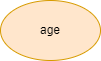
The draw.io diagram materials/Decision Tree/figures/act3_it1.drawio.png in JhunBrian/DS-312, before a commit. Source tidied: cells renumbered, new cells last; positions are measured from the earlier drawing's top-left corner, leaving out a move shared by most shapes. Source of this version:
```xml
<mxGraphModel>
  <root>
    <mxCell id="0" />
    <mxCell id="1" parent="0" />
    <mxCell id="2" value="age" style="ellipse;whiteSpace=wrap;html=1;fillColor=#ffe6cc;strokeColor=#d79b00;" parent="1" vertex="1">
      <mxGeometry width="100" height="60" as="geometry" />
    </mxCell>
  </root>
</mxGraphModel>
```
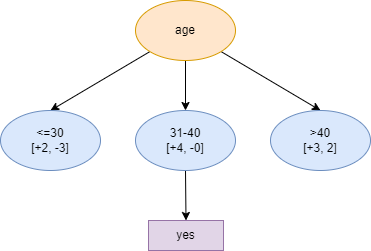
Later version of the same file.

Diff of the diagram source:
```diff
@@ -2,8 +2,32 @@
   <root>
     <mxCell id="0" />
     <mxCell id="1" parent="0" />
+    <mxCell id="3" style="edgeStyle=none;rounded=0;jettySize=auto;html=1;entryX=0.5;entryY=0;entryDx=0;entryDy=0;" parent="1" edge="1" source="2" target="6">
+      <mxGeometry relative="1" as="geometry" />
+    </mxCell>
+    <mxCell id="4" style="edgeStyle=none;rounded=0;jettySize=auto;html=1;entryX=0.5;entryY=0;entryDx=0;entryDy=0;" parent="1" edge="1" source="2" target="9">
+      <mxGeometry relative="1" as="geometry" />
+    </mxCell>
+    <mxCell id="5" style="edgeStyle=none;rounded=0;jettySize=auto;html=1;" parent="1" edge="1" source="2" target="8">
+      <mxGeometry relative="1" as="geometry" />
+    </mxCell>
     <mxCell id="2" value="age" style="ellipse;whiteSpace=wrap;html=1;fillColor=#ffe6cc;strokeColor=#d79b00;" parent="1" vertex="1">
       <mxGeometry width="100" height="60" as="geometry" />
     </mxCell>
+    <mxCell id="6" value="&amp;lt;=30&lt;br&gt;[+2, -3]" style="ellipse;whiteSpace=wrap;html=1;fillColor=#dae8fc;strokeColor=#6c8ebf;" parent="1" vertex="1">
+      <mxGeometry x="-135" y="110" width="100" height="60" as="geometry" />
+    </mxCell>
+    <mxCell id="7" style="edgeStyle=none;rounded=0;jettySize=auto;html=1;entryX=0.5;entryY=0;entryDx=0;entryDy=0;" parent="1" edge="1" source="8" target="10">
+      <mxGeometry relative="1" as="geometry" />
+    </mxCell>
+    <mxCell id="8" value="31-40&lt;br&gt;[+4, -0]" style="ellipse;whiteSpace=wrap;html=1;fillColor=#dae8fc;strokeColor=#6c8ebf;" parent="1" vertex="1">
+      <mxGeometry y="110" width="100" height="60" as="geometry" />
+    </mxCell>
+    <mxCell id="9" value="&amp;gt;40&lt;br&gt;[+3, 2]" style="ellipse;whiteSpace=wrap;html=1;fillColor=#dae8fc;strokeColor=#6c8ebf;" parent="1" vertex="1">
+      <mxGeometry x="135" y="110" width="100" height="60" as="geometry" />
+    </mxCell>
+    <mxCell id="10" value="yes" style="rounded=0;whiteSpace=wrap;html=1;fillColor=#e1d5e7;strokeColor=#9673a6;" parent="1" vertex="1">
+      <mxGeometry x="13" y="220" width="75" height="30" as="geometry" />
+    </mxCell>
   </root>
 </mxGraphModel>
```
